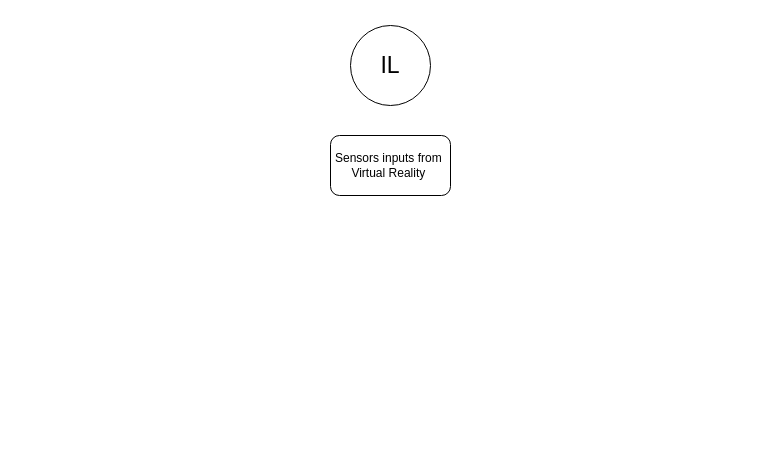
Above: 作业.drawio in Xaviersfk/pictures-of-paper (draw.io), before the change. Source tidied: cells renumbered, new cells numbered last; positions are measured from the earlier drawing's top-left corner, leaving out a move shared by most shapes. Both pictures are drawn from the tidied source at 100%, with x=0, y=0 at pixel (330, 25).
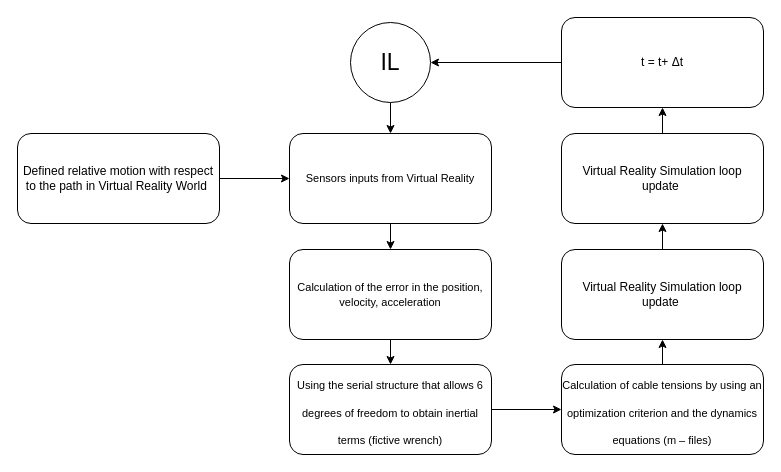
Above is the later version.

The edit, as a diff of the source:
```diff
@@
 <mxGraphModel>
   <root>
     <mxCell id="0" />
     <mxCell id="1" parent="0" />
+    <mxCell id="4" style="edgeStyle=orthogonalEdgeStyle;rounded=0;jettySize=auto;html=1;fontSize=12;" parent="1" edge="1" source="3" target="2">
+      <mxGeometry relative="1" as="geometry" />
+    </mxCell>
+    <mxCell id="3" value="&lt;font style=&quot;font-size: 23px;&quot;&gt;IL&lt;/font&gt;" style="ellipse;whiteSpace=wrap;html=1;" parent="1" vertex="1">
+      <mxGeometry x="20" y="-3" width="80" height="80" as="geometry" />
+    </mxCell>
+    <mxCell id="5" style="edgeStyle=orthogonalEdgeStyle;rounded=0;jettySize=auto;html=1;fontSize=12;" parent="1" edge="1" source="6" target="8">
+      <mxGeometry relative="1" as="geometry" />
+    </mxCell>
+    <mxCell id="6" value="&lt;div style=&quot;&quot;&gt;&lt;span style=&quot;font-size: 11px;&quot;&gt;Using the serial structure that allows 6 degrees of freedom to obtain inertial terms (fictive wrench)&lt;/span&gt;&lt;br&gt;&lt;/div&gt;" style="rounded=1;whiteSpace=wrap;html=1;fontSize=23;" parent="1" vertex="1">
+      <mxGeometry x="-41" y="339" width="202" height="90" as="geometry" />
+    </mxCell>
+    <mxCell id="7" style="edgeStyle=orthogonalEdgeStyle;rounded=0;jettySize=auto;html=1;entryX=0.5;entryY=1;entryDx=0;entryDy=0;fontSize=12;" parent="1" edge="1" source="8" target="10">
+      <mxGeometry relative="1" as="geometry" />
+    </mxCell>
+    <mxCell id="8" value="&lt;div style=&quot;&quot;&gt;&lt;span style=&quot;font-size: 11px;&quot;&gt;Calculation of cable tensions by using an optimization criterion and the dynamics equations (m – files)&lt;/span&gt;&lt;br&gt;&lt;/div&gt;" style="rounded=1;whiteSpace=wrap;html=1;fontSize=23;" parent="1" vertex="1">
+      <mxGeometry x="231" y="339" width="202" height="90" as="geometry" />
+    </mxCell>
+    <mxCell id="9" style="edgeStyle=orthogonalEdgeStyle;rounded=0;jettySize=auto;html=1;fontSize=12;" parent="1" edge="1" source="10" target="15">
+      <mxGeometry relative="1" as="geometry" />
+    </mxCell>
+    <mxCell id="10" value="&lt;div style=&quot;font-size: 12px;&quot;&gt;&lt;div&gt;Virtual Reality Simulation loop update&amp;nbsp;&lt;/div&gt;&lt;/div&gt;" style="rounded=1;whiteSpace=wrap;html=1;fontSize=23;" parent="1" vertex="1">
+      <mxGeometry x="231" y="224" width="202" height="90" as="geometry" />
+    </mxCell>
+    <mxCell id="11" style="edgeStyle=orthogonalEdgeStyle;rounded=0;jettySize=auto;html=1;fontSize=12;" parent="1" edge="1" source="2" target="13">
+      <mxGeometry relative="1" as="geometry" />
+    </mxCell>
-    <mxCell id="2" value="&lt;div&gt;Sensors inputs from&amp;nbsp;&lt;/div&gt;&lt;div&gt;Virtual Reality&amp;nbsp;&lt;/div&gt;" style="rounded=1;whiteSpace=wrap;html=1;" parent="1" vertex="1">
-      <mxGeometry y="110" width="120" height="60" as="geometry" />
+    <mxCell id="2" value="&lt;div style=&quot;font-size: 12px;&quot;&gt;&lt;span style=&quot;font-size: 11px;&quot;&gt;Sensors inputs from Virtual Reality&lt;/span&gt;&lt;br&gt;&lt;/div&gt;" style="rounded=1;whiteSpace=wrap;html=1;fontSize=23;" parent="1" vertex="1">
+      <mxGeometry x="-41" y="108" width="202" height="90" as="geometry" />
     </mxCell>
-    <mxCell id="3" value="&lt;font style=&quot;font-size: 23px;&quot;&gt;IL&lt;/font&gt;" style="ellipse;whiteSpace=wrap;html=1;" parent="1" vertex="1">
-      <mxGeometry x="20" width="80" height="80" as="geometry" />
-    </mxCell>
+    <mxCell id="12" style="edgeStyle=orthogonalEdgeStyle;rounded=0;jettySize=auto;html=1;fontSize=12;" parent="1" edge="1" source="13" target="6">
+      <mxGeometry relative="1" as="geometry" />
+    </mxCell>
+    <mxCell id="13" value="&lt;div style=&quot;font-size: 12px;&quot;&gt;&lt;span style=&quot;font-size: 11px;&quot;&gt;Calculation of the error in the position, velocity, acceleration&lt;/span&gt;&lt;br&gt;&lt;/div&gt;" style="rounded=1;whiteSpace=wrap;html=1;fontSize=23;" parent="1" vertex="1">
+      <mxGeometry x="-41" y="224" width="202" height="90" as="geometry" />
+    </mxCell>
+    <mxCell id="14" style="edgeStyle=orthogonalEdgeStyle;rounded=0;jettySize=auto;html=1;entryX=0.5;entryY=1;entryDx=0;entryDy=0;fontSize=12;" parent="1" edge="1" source="15" target="17">
+      <mxGeometry relative="1" as="geometry" />
+    </mxCell>
+    <mxCell id="15" value="&lt;div style=&quot;font-size: 12px;&quot;&gt;&lt;div&gt;Virtual Reality Simulation loop update&amp;nbsp;&lt;/div&gt;&lt;/div&gt;" style="rounded=1;whiteSpace=wrap;html=1;fontSize=23;" parent="1" vertex="1">
+      <mxGeometry x="231" y="108" width="202" height="90" as="geometry" />
+    </mxCell>
+    <mxCell id="16" style="edgeStyle=orthogonalEdgeStyle;rounded=0;jettySize=auto;html=1;entryX=1;entryY=0.5;entryDx=0;entryDy=0;fontSize=12;" parent="1" edge="1" source="17" target="3">
+      <mxGeometry relative="1" as="geometry" />
+    </mxCell>
+    <mxCell id="17" value="&lt;div style=&quot;font-size: 12px;&quot;&gt;&lt;div&gt;t = t+ Δt&lt;/div&gt;&lt;/div&gt;" style="rounded=1;whiteSpace=wrap;html=1;fontSize=23;" parent="1" vertex="1">
+      <mxGeometry x="231" y="-8" width="202" height="90" as="geometry" />
+    </mxCell>
+    <mxCell id="18" style="edgeStyle=orthogonalEdgeStyle;rounded=0;jettySize=auto;html=1;entryX=0;entryY=0.5;entryDx=0;entryDy=0;fontSize=12;" parent="1" edge="1" source="19" target="2">
+      <mxGeometry relative="1" as="geometry" />
+    </mxCell>
+    <mxCell id="19" value="&lt;div style=&quot;font-size: 12px;&quot;&gt;&lt;div&gt;Defined relative motion with respect to the path in Virtual Reality World&amp;nbsp;&lt;/div&gt;&lt;/div&gt;" style="rounded=1;whiteSpace=wrap;html=1;fontSize=23;" parent="1" vertex="1">
+      <mxGeometry x="-313" y="108" width="202" height="90" as="geometry" />
+    </mxCell>
   </root>
 </mxGraphModel>
```
